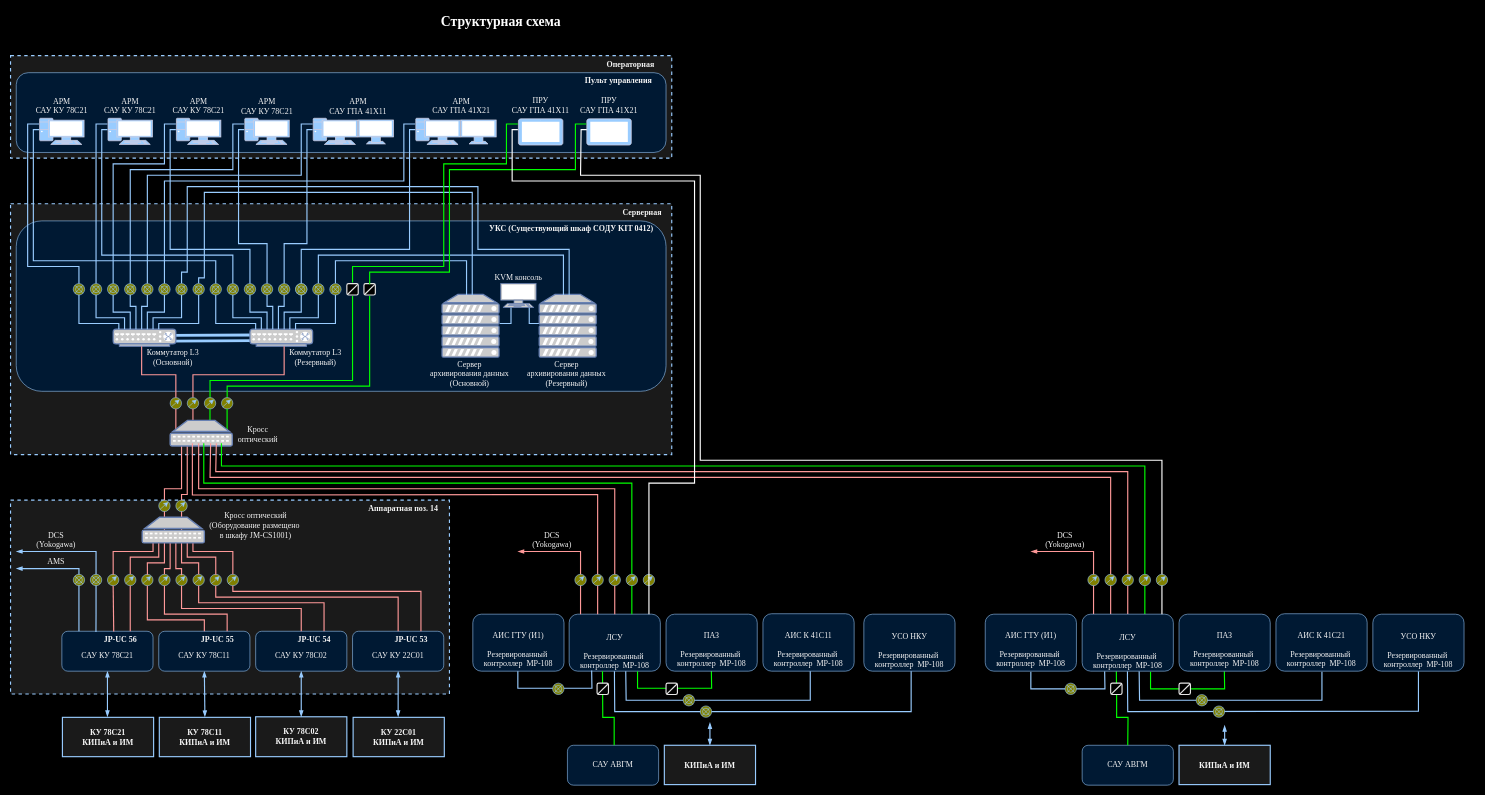
Earlier version of the draw.io diagram Диаграмма без названия.drawio (Tretyak0ff/schemes). Source tidied: cells renumbered, new cells numbered last; positions are measured from the earlier drawing's top-left corner, leaving out a move shared by most shapes. Both pictures are drawn from the tidied source at 57%, with x=0, y=0 at pixel (10, 10).
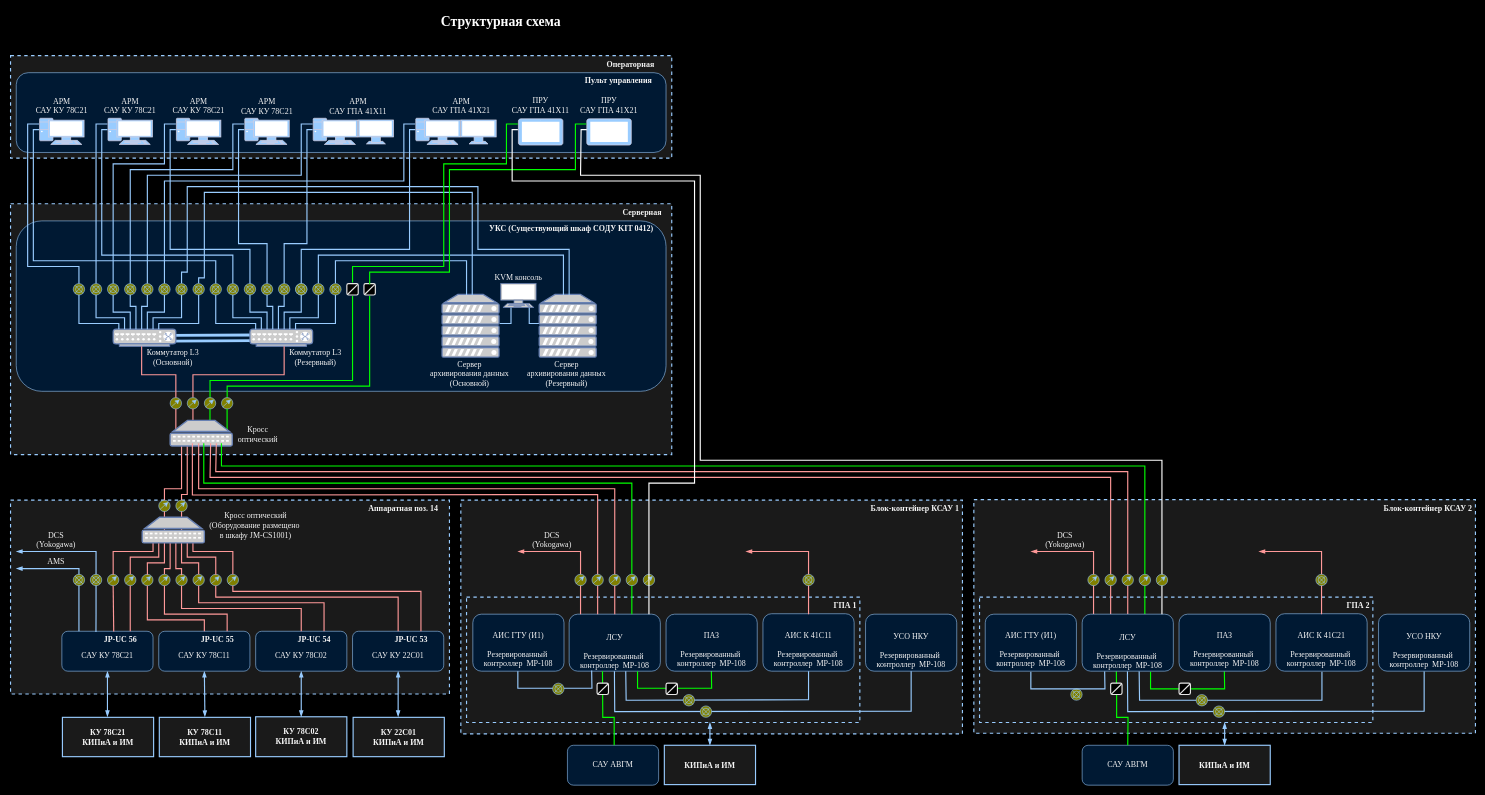
The same page after the edit.

The change refers to these unchanged cells:
```xml
<mxCell id="259" value="&lt;div&gt;&lt;span style=&quot;text-wrap: nowrap;&quot;&gt;АИС К 41С11&lt;/span&gt;&lt;/div&gt;&lt;div&gt;&lt;span style=&quot;text-wrap: nowrap;&quot;&gt;&lt;br&gt;&lt;/span&gt;&lt;/div&gt;&lt;div&gt;&lt;span style=&quot;text-wrap: nowrap; background-color: initial;&quot;&gt;Резервированный&amp;nbsp;&lt;/span&gt;&lt;br&gt;&lt;/div&gt;&lt;div&gt;&lt;span style=&quot;text-wrap: nowrap;&quot;&gt;контроллер&amp;nbsp; МР-108&lt;/span&gt;&lt;/div&gt;" style="text;whiteSpace=wrap;html=1;align=center;labelBackgroundColor=none;fontColor=#f5f5f5;verticalAlign=middle;fontSize=14;fontFamily=Times New Roman;" parent="257" vertex="1">
  <mxGeometry y="35.4" width="160" height="74.6" as="geometry" />
</mxCell>
<mxCell id="316" value="&lt;div&gt;&lt;div&gt;&lt;font face=&quot;Times New Roman&quot; color=&quot;#f5f5f5&quot;&gt;КИПиА и ИМ&lt;/font&gt;&lt;/div&gt;&lt;/div&gt;" style="rounded=0;whiteSpace=wrap;html=1;strokeColor=#99CCFF;fontColor=#99CCFF;fillColor=#1A1A1A;strokeWidth=2;verticalAlign=middle;fontSize=14;fontStyle=1;align=center;" parent="250" vertex="1">
  <mxGeometry x="2050" y="1290" width="160" height="69" as="geometry" />
</mxCell>
<mxCell id="327" value="&lt;div&gt;&lt;span style=&quot;text-wrap: nowrap;&quot;&gt;УСО НКУ&lt;/span&gt;&lt;/div&gt;&lt;div&gt;&lt;span style=&quot;text-wrap: nowrap;&quot;&gt;&lt;br&gt;&lt;/span&gt;&lt;/div&gt;&lt;div&gt;&lt;span style=&quot;text-wrap: nowrap; background-color: initial;&quot;&gt;Резервированный&amp;nbsp;&lt;/span&gt;&lt;br&gt;&lt;/div&gt;&lt;div&gt;&lt;span style=&quot;text-wrap: nowrap;&quot;&gt;контроллер&amp;nbsp; МР-108&lt;/span&gt;&lt;/div&gt;" style="text;whiteSpace=wrap;html=1;align=center;labelBackgroundColor=none;fontColor=#f5f5f5;verticalAlign=middle;fontSize=14;fontFamily=Times New Roman;" parent="325" vertex="1">
  <mxGeometry y="30" width="160" height="70" as="geometry" />
</mxCell>
```

What changed in the source:
```diff
@@
+    <mxCell id="373" parent="0" />
+    <mxCell id="374" value="&lt;font face=&quot;Times New Roman&quot; color=&quot;#f5f5f5&quot;&gt;Блок-контейнер КСАУ 1&amp;nbsp;&lt;/font&gt;" style="rounded=0;whiteSpace=wrap;html=1;strokeColor=#99CCFF;fontColor=#99CCFF;fillColor=#1A1A1A;dashed=1;strokeWidth=2;verticalAlign=top;fontSize=14;fontStyle=1;align=right;" parent="373" vertex="1">
+      <mxGeometry x="790" y="860" width="880" height="410" as="geometry" />
+    </mxCell>
+    <mxCell id="375" value="&lt;font face=&quot;Times New Roman&quot; color=&quot;#f5f5f5&quot;&gt;Блок-контейнер КСАУ 2&amp;nbsp;&lt;/font&gt;" style="rounded=0;whiteSpace=wrap;html=1;strokeColor=#99CCFF;fontColor=#99CCFF;fillColor=#1A1A1A;dashed=1;strokeWidth=2;verticalAlign=top;fontSize=14;fontStyle=1;align=right;" parent="373" vertex="1">
+      <mxGeometry x="1690" y="859" width="880" height="410" as="geometry" />
+    </mxCell>
+    <mxCell id="376" parent="0" />
+    <mxCell id="377" value="&lt;font face=&quot;Times New Roman&quot; color=&quot;#f5f5f5&quot;&gt;ГПА 1&amp;nbsp;&lt;/font&gt;" style="rounded=0;whiteSpace=wrap;html=1;strokeColor=#99CCFF;fontColor=#99CCFF;fillColor=#1A1A1A;dashed=1;strokeWidth=2;verticalAlign=top;fontSize=14;fontStyle=1;align=right;" parent="376" vertex="1">
+      <mxGeometry x="800" y="1030" width="690" height="220" as="geometry" />
+    </mxCell>
+    <mxCell id="378" value="&lt;font face=&quot;Times New Roman&quot; color=&quot;#f5f5f5&quot;&gt;ГПА 2&amp;nbsp;&lt;/font&gt;" style="rounded=0;whiteSpace=wrap;html=1;strokeColor=#99CCFF;fontColor=#99CCFF;fillColor=#1A1A1A;dashed=1;strokeWidth=2;verticalAlign=top;fontSize=14;fontStyle=1;align=right;" parent="376" vertex="1">
+      <mxGeometry x="1700" y="1030" width="690" height="220" as="geometry" />
+    </mxCell>
+    <mxCell id="379" style="group;" parent="376" vertex="1">
+      <mxGeometry x="1860" y="1191" width="20" height="20" as="geometry" />
+    </mxCell>
+    <mxCell id="380" style="ellipse;shape=doubleEllipse;whiteSpace=wrap;html=1;strokeColor=#99CCFF;fontColor=#1A1A1A;fillColor=#808000;" parent="379" vertex="1">
+      <mxGeometry width="20" height="20" as="geometry" />
+    </mxCell>
+    <mxCell id="381" style="endArrow=none;html=1;rounded=0;strokeColor=#99CCFF;fontColor=#1A1A1A;entryX=1;entryY=0;entryDx=0;entryDy=0;exitX=0;exitY=1;exitDx=0;exitDy=0;" parent="379" edge="1" source="380" target="380">
+      <mxGeometry relative="1" as="geometry" />
+    </mxCell>
+    <mxCell id="382" style="endArrow=none;html=1;rounded=0;strokeColor=#99CCFF;fontColor=#1A1A1A;entryX=0;entryY=0;entryDx=0;entryDy=0;exitX=1;exitY=1;exitDx=0;exitDy=0;" parent="379" edge="1" source="380" target="380">
+      <mxGeometry relative="1" as="geometry" />
+    </mxCell>
@@
     <mxCell id="276" style="endArrow=none;html=1;rounded=0;strokeWidth=2;strokeColor=#99CCFF;entryX=0.5;entryY=1;entryDx=0;entryDy=0;" parent="250" edge="1">
       <mxGeometry relative="1" as="geometry">
         <mxPoint x="1059.5" y="1160" as="sourcePoint" />
         <mxPoint x="1580" y="1151" as="targetPoint" />
         <Array as="points">
           <mxPoint x="1059.5" y="1170" />
           <mxPoint x="1060" y="1231" />
-          <mxPoint x="1580" y="1231" />
+          <mxPoint x="1580" y="1230" />
         </Array>
       </mxGeometry>
     </mxCell>
-    <mxCell id="277" style="endArrow=none;html=1;rounded=0;strokeWidth=2;strokeColor=#99CCFF;entryX=0.5;entryY=1;entryDx=0;entryDy=0;" parent="250" edge="1">
+    <mxCell id="277" style="endArrow=none;html=1;rounded=0;strokeWidth=2;strokeColor=#99CCFF;entryX=0.5;entryY=1;entryDx=0;entryDy=0;" parent="250" edge="1" target="259">
       <mxGeometry relative="1" as="geometry">
         <mxPoint x="1079.3" y="1160" as="sourcePoint" />
-        <mxPoint x="1403" y="1160" as="targetPoint" />
         <Array as="points">
           <mxPoint x="1080" y="1211" />
-          <mxPoint x="1403" y="1211" />
+          <mxPoint x="1400" y="1210" />
         </Array>
       </mxGeometry>
     </mxCell>
@@
-    <mxCell id="298" style="group;" parent="250" vertex="1">
-      <mxGeometry x="1850" y="1181" width="20" height="20" as="geometry" />
-    </mxCell>
-    <mxCell id="299" style="ellipse;shape=doubleEllipse;whiteSpace=wrap;html=1;strokeColor=#99CCFF;fontColor=#1A1A1A;fillColor=#808000;" parent="298" vertex="1">
-      <mxGeometry width="20" height="20" as="geometry" />
-    </mxCell>
-    <mxCell id="300" style="endArrow=none;html=1;rounded=0;strokeColor=#99CCFF;fontColor=#1A1A1A;entryX=1;entryY=0;entryDx=0;entryDy=0;exitX=0;exitY=1;exitDx=0;exitDy=0;" parent="298" edge="1" source="299" target="299">
-      <mxGeometry relative="1" as="geometry" />
-    </mxCell>
-    <mxCell id="301" style="endArrow=none;html=1;rounded=0;strokeColor=#99CCFF;fontColor=#1A1A1A;entryX=0;entryY=0;entryDx=0;entryDy=0;exitX=1;exitY=1;exitDx=0;exitDy=0;" parent="298" edge="1" source="299" target="299">
-      <mxGeometry relative="1" as="geometry" />
-    </mxCell>
@@
     <mxCell id="309" style="endArrow=none;html=1;rounded=0;strokeWidth=2;strokeColor=#99CCFF;" parent="250" edge="1" target="327">
       <mxGeometry relative="1" as="geometry">
         <mxPoint x="1959.5" y="1160" as="sourcePoint" />
         <Array as="points">
           <mxPoint x="1959.5" y="1170" />
           <mxPoint x="1960" y="1231" />
-          <mxPoint x="2470" y="1230" />
+          <mxPoint x="2480" y="1230" />
         </Array>
       </mxGeometry>
     </mxCell>
@@
-    <mxCell id="315" style="endArrow=blockThin;startArrow=blockThin;html=1;rounded=1;strokeWidth=2;verticalAlign=middle;labelBorderColor=none;elbow=vertical;strokeColor=#99CCFF;startFill=1;endFill=1;entryX=0.5;entryY=1;entryDx=0;entryDy=0;exitX=0.5;exitY=0;exitDx=0;exitDy=0;" parent="250" edge="1" source="316">
+    <mxCell id="315" style="endArrow=blockThin;startArrow=blockThin;html=1;rounded=1;strokeWidth=2;verticalAlign=middle;labelBorderColor=none;elbow=vertical;strokeColor=#99CCFF;startFill=1;endFill=1;exitX=0.5;exitY=0;exitDx=0;exitDy=0;" parent="250" edge="1" source="316">
       <mxGeometry relative="1" as="geometry">
-        <mxPoint x="2130" y="1255" as="targetPoint" />
+        <mxPoint x="2130" y="1250" as="targetPoint" />
       </mxGeometry>
     </mxCell>
@@
     <mxCell id="325" style="group;verticalAlign=middle;" parent="250" vertex="1">
-      <mxGeometry x="2390" y="1060" width="160" height="100" as="geometry" />
+      <mxGeometry x="2400" y="1060" width="160" height="100" as="geometry" />
     </mxCell>
@@
     <mxCell id="328" style="group;verticalAlign=middle;" parent="250" vertex="1">
-      <mxGeometry x="1497" y="1060" width="160" height="100" as="geometry" />
+      <mxGeometry x="1500" y="1060" width="160" height="100" as="geometry" />
     </mxCell>
@@
+    <mxCell id="383" style="endArrow=blockThin;html=1;rounded=0;strokeColor=#FF9999;fontColor=#1A1A1A;strokeWidth=2;endFill=1;" parent="250" edge="1">
+      <mxGeometry relative="1" as="geometry">
+        <mxPoint x="1400" y="1060" as="sourcePoint" />
+        <mxPoint x="1290" y="950" as="targetPoint" />
+        <Array as="points">
+          <mxPoint x="1400" y="950" />
+        </Array>
+      </mxGeometry>
+    </mxCell>
+    <mxCell id="384" style="endArrow=blockThin;html=1;rounded=0;strokeColor=#FF9999;fontColor=#1A1A1A;strokeWidth=2;endFill=1;" parent="250" edge="1">
+      <mxGeometry relative="1" as="geometry">
+        <mxPoint x="2300" y="1060" as="sourcePoint" />
+        <mxPoint x="2190" y="950" as="targetPoint" />
+        <Array as="points">
+          <mxPoint x="2300" y="950" />
+        </Array>
+      </mxGeometry>
+    </mxCell>
+    <mxCell id="385" style="group;" parent="250" vertex="1">
+      <mxGeometry x="2290" y="990" width="20" height="20" as="geometry" />
+    </mxCell>
+    <mxCell id="386" style="ellipse;shape=doubleEllipse;whiteSpace=wrap;html=1;strokeColor=#99CCFF;fontColor=#1A1A1A;fillColor=#808000;" parent="385" vertex="1">
+      <mxGeometry width="20" height="20" as="geometry" />
+    </mxCell>
+    <mxCell id="387" style="endArrow=none;html=1;rounded=0;strokeColor=#99CCFF;fontColor=#1A1A1A;entryX=1;entryY=0;entryDx=0;entryDy=0;exitX=0;exitY=1;exitDx=0;exitDy=0;" parent="385" edge="1" source="386" target="386">
+      <mxGeometry relative="1" as="geometry" />
+    </mxCell>
+    <mxCell id="388" style="endArrow=none;html=1;rounded=0;strokeColor=#99CCFF;fontColor=#1A1A1A;entryX=0;entryY=0;entryDx=0;entryDy=0;exitX=1;exitY=1;exitDx=0;exitDy=0;" parent="385" edge="1" source="386" target="386">
+      <mxGeometry relative="1" as="geometry" />
+    </mxCell>
+    <mxCell id="389" style="group;" parent="250" vertex="1">
+      <mxGeometry x="1390" y="990" width="20" height="20" as="geometry" />
+    </mxCell>
+    <mxCell id="390" style="ellipse;shape=doubleEllipse;whiteSpace=wrap;html=1;strokeColor=#99CCFF;fontColor=#1A1A1A;fillColor=#808000;" parent="389" vertex="1">
+      <mxGeometry width="20" height="20" as="geometry" />
+    </mxCell>
+    <mxCell id="391" style="endArrow=none;html=1;rounded=0;strokeColor=#99CCFF;fontColor=#1A1A1A;entryX=1;entryY=0;entryDx=0;entryDy=0;exitX=0;exitY=1;exitDx=0;exitDy=0;" parent="389" edge="1" source="390" target="390">
+      <mxGeometry relative="1" as="geometry" />
+    </mxCell>
+    <mxCell id="392" style="endArrow=none;html=1;rounded=0;strokeColor=#99CCFF;fontColor=#1A1A1A;entryX=0;entryY=0;entryDx=0;entryDy=0;exitX=1;exitY=1;exitDx=0;exitDy=0;" parent="389" edge="1" source="390" target="390">
+      <mxGeometry relative="1" as="geometry" />
+    </mxCell>
```
